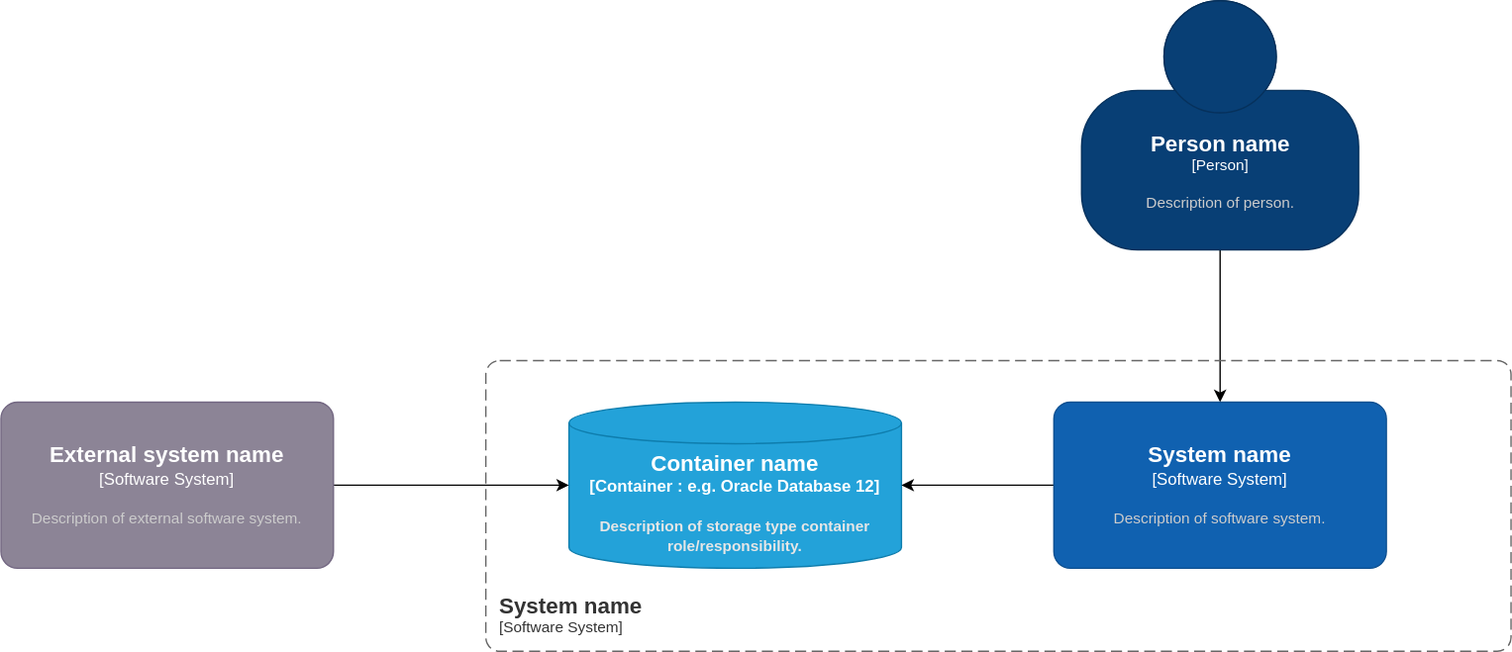
Earlier version of the draw.io export docs/desgingtest.drawio.svg (jankb/kotlintest). Source tidied: cells renumbered, new cells last; positions are measured from the earlier drawing's top-left corner, leaving out a move shared by most shapes.
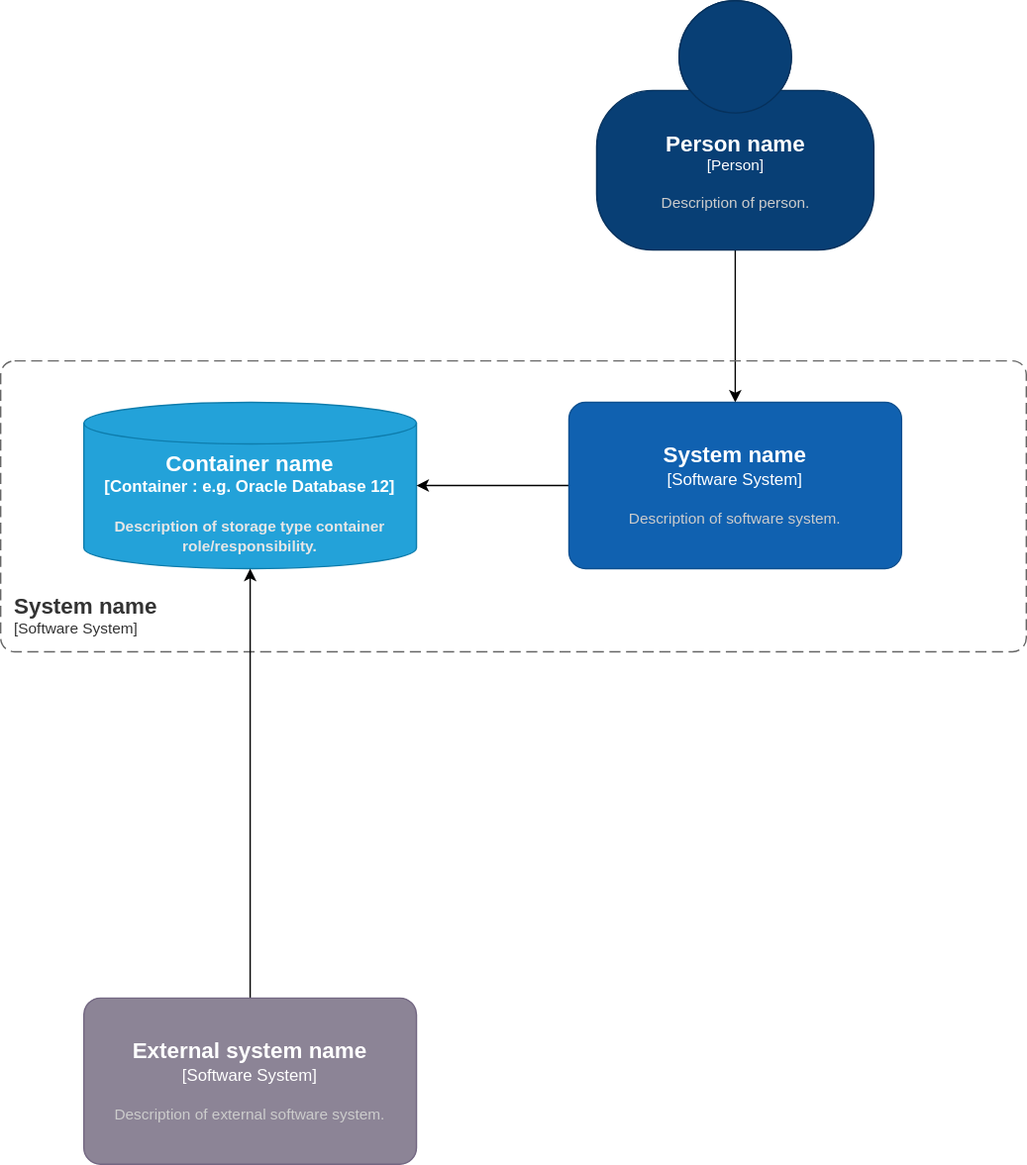
The same diagram one commit later.

Diff of the diagram source:
```diff
@@ -28,12 +28,12 @@
         <mxGeometry x="350" y="260" width="740" height="210" as="geometry" />
       </mxCell>
     </object>
-    <mxCell id="8" style="edgeStyle=orthogonalEdgeStyle;rounded=0;jettySize=auto;html=1;exitX=1;exitY=0.5;exitDx=0;exitDy=0;exitPerimeter=0;" parent="1" edge="1" source="9" target="4">
+    <mxCell id="8" style="edgeStyle=orthogonalEdgeStyle;rounded=0;jettySize=auto;html=1;exitX=0.5;exitY=0;exitDx=0;exitDy=0;exitPerimeter=0;" parent="1" edge="1" source="9" target="4">
       <mxGeometry relative="1" as="geometry" />
     </mxCell>
     <object id="9" label="&lt;font style=&quot;font-size: 16px&quot;&gt;&lt;b&gt;%c4Name%&lt;/b&gt;&lt;/font&gt;&lt;div&gt;[%c4Type%]&lt;/div&gt;&lt;br&gt;&lt;div&gt;&lt;font style=&quot;font-size: 11px&quot;&gt;&lt;font color=&quot;#cccccc&quot;&gt;%c4Description%&lt;/font&gt;&lt;/div&gt;" c4Description="Description of external software system." c4Name="External system name" c4Type="Software System" placeholders="1">
       <mxCell style="rounded=1;whiteSpace=wrap;html=1;labelBackgroundColor=none;fillColor=#8C8496;fontColor=#ffffff;align=center;arcSize=10;strokeColor=#736782;points=[[0.25,0,0],[0.5,0,0],[0.75,0,0],[1,0.25,0],[1,0.5,0],[1,0.75,0],[0.75,1,0],[0.5,1,0],[0.25,1,0],[0,0.75,0],[0,0.5,0],[0,0.25,0]];" parent="1" vertex="1">
-        <mxGeometry y="290" width="240" height="120" as="geometry" />
+        <mxGeometry x="410" y="720" width="240" height="120" as="geometry" />
       </mxCell>
     </object>
   </root>
```
